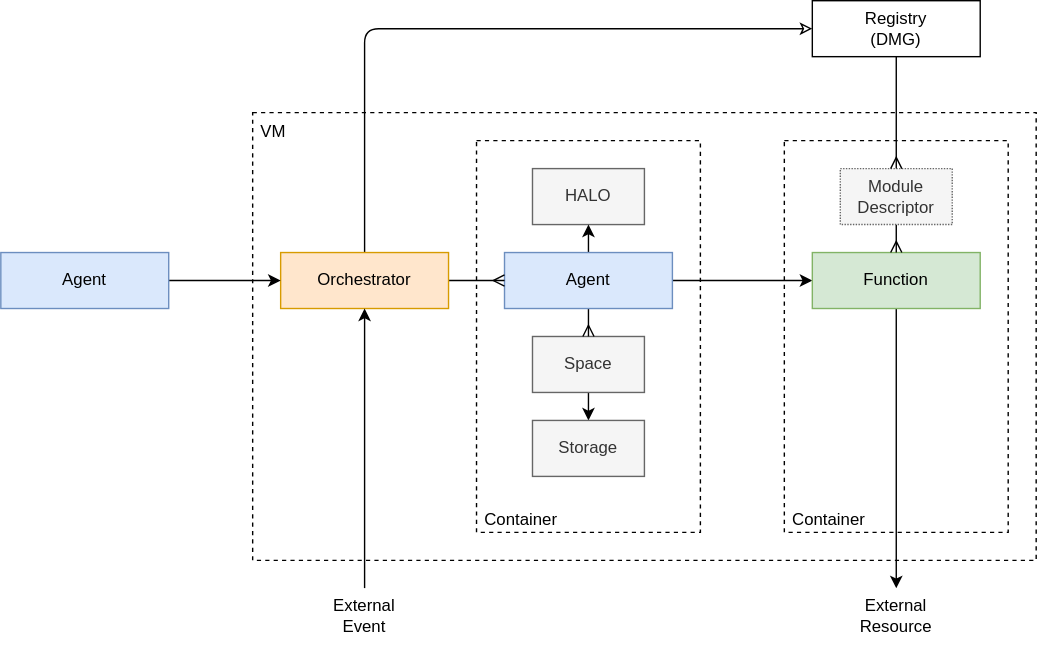
This is docs/docs/design/diagrams/remote-functions.drawio.svg from dxos/dxos, a draw.io export, as it was before one commit. Source tidied: cells renumbered, new cells last; positions are measured from the earlier drawing's top-left corner, leaving out a move shared by most shapes. Its diagram source:
```xml
<mxGraphModel>
  <root>
    <mxCell id="0" />
    <mxCell id="1" parent="0" />
    <mxCell id="2" value="VM" style="rounded=0;whiteSpace=wrap;html=1;dashed=1;align=left;verticalAlign=top;spacingLeft=4;" parent="1" vertex="1">
      <mxGeometry x="180" y="80" width="560" height="320" as="geometry" />
    </mxCell>
    <mxCell id="3" value="Container" style="rounded=0;whiteSpace=wrap;html=1;dashed=1;align=left;verticalAlign=bottom;spacingLeft=4;" parent="1" vertex="1">
      <mxGeometry x="340" y="100" width="160" height="280" as="geometry" />
    </mxCell>
    <mxCell id="4" value="Container" style="rounded=0;whiteSpace=wrap;html=1;dashed=1;align=left;verticalAlign=bottom;spacingLeft=4;" parent="1" vertex="1">
      <mxGeometry x="560" y="100" width="160" height="280" as="geometry" />
    </mxCell>
    <mxCell id="5" value="HALO" style="rounded=0;whiteSpace=wrap;html=1;fillColor=#f5f5f5;fontColor=#333333;strokeColor=#666666;" parent="1" vertex="1">
      <mxGeometry x="380" y="120" width="80" height="40" as="geometry" />
    </mxCell>
    <mxCell id="6" style="edgeStyle=none;html=1;exitX=0.5;exitY=1;exitDx=0;exitDy=0;endArrow=classic;endFill=1;" parent="1" edge="1" source="7" target="26">
      <mxGeometry relative="1" as="geometry" />
    </mxCell>
    <mxCell id="7" value="Space" style="rounded=0;whiteSpace=wrap;html=1;fillColor=#f5f5f5;fontColor=#333333;strokeColor=#666666;" parent="1" vertex="1">
      <mxGeometry x="380" y="240" width="80" height="40" as="geometry" />
    </mxCell>
    <mxCell id="8" style="edgeStyle=none;html=1;exitX=0.5;exitY=0;exitDx=0;exitDy=0;entryX=0.5;entryY=1;entryDx=0;entryDy=0;" parent="1" edge="1" source="11" target="5">
      <mxGeometry relative="1" as="geometry" />
    </mxCell>
    <mxCell id="9" style="edgeStyle=none;html=1;exitX=0.5;exitY=1;exitDx=0;exitDy=0;entryX=0.5;entryY=0;entryDx=0;entryDy=0;endArrow=ERmany;endFill=0;" parent="1" edge="1" source="11" target="7">
      <mxGeometry relative="1" as="geometry" />
    </mxCell>
    <mxCell id="10" style="edgeStyle=none;html=1;exitX=1;exitY=0.5;exitDx=0;exitDy=0;entryX=0;entryY=0.5;entryDx=0;entryDy=0;endArrow=classic;endFill=1;" parent="1" edge="1" source="11" target="13">
      <mxGeometry relative="1" as="geometry" />
    </mxCell>
    <mxCell id="11" value="Agent" style="rounded=0;whiteSpace=wrap;html=1;fillColor=#dae8fc;strokeColor=#6c8ebf;" parent="1" vertex="1">
      <mxGeometry x="360" y="180" width="120" height="40" as="geometry" />
    </mxCell>
    <mxCell id="12" style="edgeStyle=none;html=1;exitX=0.5;exitY=1;exitDx=0;exitDy=0;endArrow=classic;endFill=1;" parent="1" edge="1" source="13" target="25">
      <mxGeometry relative="1" as="geometry" />
    </mxCell>
    <mxCell id="13" value="Function" style="rounded=0;whiteSpace=wrap;html=1;fillColor=#d5e8d4;strokeColor=#82b366;" parent="1" vertex="1">
      <mxGeometry x="580" y="180" width="120" height="40" as="geometry" />
    </mxCell>
    <mxCell id="14" style="edgeStyle=none;html=1;exitX=1;exitY=0.5;exitDx=0;exitDy=0;entryX=0;entryY=0.5;entryDx=0;entryDy=0;endArrow=ERmany;endFill=0;" parent="1" edge="1" source="16" target="11">
      <mxGeometry relative="1" as="geometry" />
    </mxCell>
    <mxCell id="15" style="edgeStyle=none;html=1;exitX=0.5;exitY=0;exitDx=0;exitDy=0;entryX=0;entryY=0.5;entryDx=0;entryDy=0;endArrow=classic;endFill=0;" parent="1" edge="1" source="16" target="22">
      <mxGeometry relative="1" as="geometry">
        <Array as="points">
          <mxPoint x="260" y="20" />
        </Array>
      </mxGeometry>
    </mxCell>
    <mxCell id="16" value="Orchestrator" style="rounded=0;whiteSpace=wrap;html=1;fillColor=#ffe6cc;strokeColor=#d79b00;" parent="1" vertex="1">
      <mxGeometry x="200" y="180" width="120" height="40" as="geometry" />
    </mxCell>
    <mxCell id="17" style="edgeStyle=none;html=1;exitX=1;exitY=0.5;exitDx=0;exitDy=0;endArrow=classic;endFill=1;" parent="1" edge="1" source="18" target="16">
      <mxGeometry relative="1" as="geometry" />
    </mxCell>
    <mxCell id="18" value="Agent" style="rounded=0;whiteSpace=wrap;html=1;fillColor=#dae8fc;strokeColor=#6c8ebf;" parent="1" vertex="1">
      <mxGeometry y="180" width="120" height="40" as="geometry" />
    </mxCell>
    <mxCell id="19" style="edgeStyle=none;html=1;exitX=0.5;exitY=1;exitDx=0;exitDy=0;endArrow=ERmany;endFill=0;" parent="1" edge="1" source="20" target="13">
      <mxGeometry relative="1" as="geometry" />
    </mxCell>
    <mxCell id="20" value="Module&lt;br&gt;Descriptor" style="rounded=0;whiteSpace=wrap;html=1;fillColor=#f5f5f5;fontColor=#333333;strokeColor=#666666;dashed=1;dashPattern=1 1;" parent="1" vertex="1">
      <mxGeometry x="600" y="120" width="80" height="40" as="geometry" />
    </mxCell>
    <mxCell id="21" style="edgeStyle=none;html=1;exitX=0.5;exitY=1;exitDx=0;exitDy=0;entryX=0.5;entryY=0;entryDx=0;entryDy=0;endArrow=ERmany;endFill=0;" parent="1" edge="1" source="22" target="20">
      <mxGeometry relative="1" as="geometry" />
    </mxCell>
    <mxCell id="22" value="Registry&lt;br&gt;(DMG)" style="rounded=0;whiteSpace=wrap;html=1;" parent="1" vertex="1">
      <mxGeometry x="580" width="120" height="40" as="geometry" />
    </mxCell>
    <mxCell id="23" style="edgeStyle=none;html=1;exitX=0.5;exitY=0;exitDx=0;exitDy=0;entryX=0.5;entryY=1;entryDx=0;entryDy=0;endArrow=classic;endFill=1;" parent="1" edge="1" source="24" target="16">
      <mxGeometry relative="1" as="geometry" />
    </mxCell>
    <mxCell id="24" value="External&lt;br&gt;Event" style="rounded=0;whiteSpace=wrap;html=1;strokeColor=none;" parent="1" vertex="1">
      <mxGeometry x="200" y="420" width="120" height="40" as="geometry" />
    </mxCell>
    <mxCell id="25" value="External&lt;br&gt;Resource" style="rounded=0;whiteSpace=wrap;html=1;strokeColor=none;" parent="1" vertex="1">
      <mxGeometry x="580" y="420" width="120" height="40" as="geometry" />
    </mxCell>
    <mxCell id="26" value="Storage" style="rounded=0;whiteSpace=wrap;html=1;fillColor=#f5f5f5;fontColor=#333333;strokeColor=#666666;" parent="1" vertex="1">
      <mxGeometry x="380" y="300" width="80" height="40" as="geometry" />
    </mxCell>
  </root>
</mxGraphModel>
```
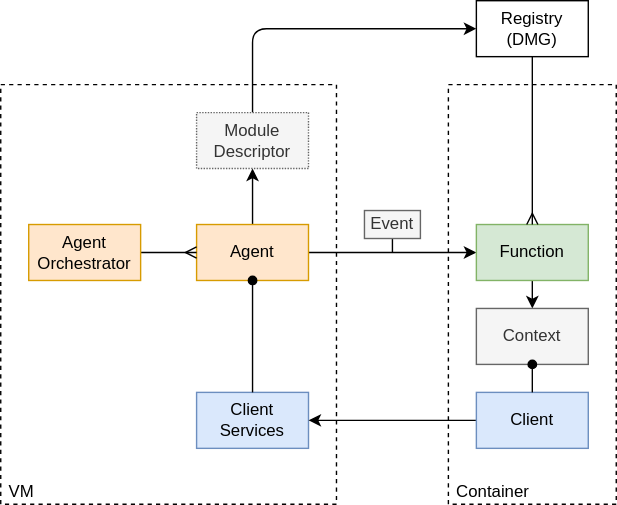
Later version of the same file.

The edit, as a diff of the source:
```diff
@@ -2,84 +2,74 @@
   <root>
     <mxCell id="0" />
     <mxCell id="1" parent="0" />
-    <mxCell id="2" value="VM" style="rounded=0;whiteSpace=wrap;html=1;dashed=1;align=left;verticalAlign=top;spacingLeft=4;" parent="1" vertex="1">
-      <mxGeometry x="180" y="80" width="560" height="320" as="geometry" />
+    <mxCell id="2" value="VM" style="rounded=0;whiteSpace=wrap;html=1;dashed=1;align=left;verticalAlign=bottom;spacingLeft=4;fillColor=default;" parent="1" vertex="1">
+      <mxGeometry x="140" y="40" width="240" height="300" as="geometry" />
     </mxCell>
-    <mxCell id="3" value="Container" style="rounded=0;whiteSpace=wrap;html=1;dashed=1;align=left;verticalAlign=bottom;spacingLeft=4;" parent="1" vertex="1">
-      <mxGeometry x="340" y="100" width="160" height="280" as="geometry" />
-    </mxCell>
     <mxCell id="4" value="Container" style="rounded=0;whiteSpace=wrap;html=1;dashed=1;align=left;verticalAlign=bottom;spacingLeft=4;" parent="1" vertex="1">
-      <mxGeometry x="560" y="100" width="160" height="280" as="geometry" />
+      <mxGeometry x="460" y="40" width="120" height="300" as="geometry" />
     </mxCell>
-    <mxCell id="5" value="HALO" style="rounded=0;whiteSpace=wrap;html=1;fillColor=#f5f5f5;fontColor=#333333;strokeColor=#666666;" parent="1" vertex="1">
-      <mxGeometry x="380" y="120" width="80" height="40" as="geometry" />
-    </mxCell>
-    <mxCell id="6" style="edgeStyle=none;html=1;exitX=0.5;exitY=1;exitDx=0;exitDy=0;endArrow=classic;endFill=1;" parent="1" edge="1" source="7" target="26">
-      <mxGeometry relative="1" as="geometry" />
-    </mxCell>
-    <mxCell id="7" value="Space" style="rounded=0;whiteSpace=wrap;html=1;fillColor=#f5f5f5;fontColor=#333333;strokeColor=#666666;" parent="1" vertex="1">
-      <mxGeometry x="380" y="240" width="80" height="40" as="geometry" />
-    </mxCell>
-    <mxCell id="8" style="edgeStyle=none;html=1;exitX=0.5;exitY=0;exitDx=0;exitDy=0;entryX=0.5;entryY=1;entryDx=0;entryDy=0;" parent="1" edge="1" source="11" target="5">
-      <mxGeometry relative="1" as="geometry" />
-    </mxCell>
-    <mxCell id="9" style="edgeStyle=none;html=1;exitX=0.5;exitY=1;exitDx=0;exitDy=0;entryX=0.5;entryY=0;entryDx=0;entryDy=0;endArrow=ERmany;endFill=0;" parent="1" edge="1" source="11" target="7">
-      <mxGeometry relative="1" as="geometry" />
-    </mxCell>
-    <mxCell id="10" style="edgeStyle=none;html=1;exitX=1;exitY=0.5;exitDx=0;exitDy=0;entryX=0;entryY=0.5;entryDx=0;entryDy=0;endArrow=classic;endFill=1;" parent="1" edge="1" source="11" target="13">
+    <mxCell id="10" style="edgeStyle=none;html=1;entryX=0;entryY=0.5;entryDx=0;entryDy=0;endArrow=classic;endFill=1;" parent="1" edge="1" source="11" target="13">
       <mxGeometry relative="1" as="geometry" />
     </mxCell>
+    <mxCell id="27" style="edgeStyle=none;html=1;exitX=0.5;exitY=0;exitDx=0;exitDy=0;startArrow=none;startFill=0;endArrow=classic;endFill=1;" parent="1" edge="1" source="11" target="20">
+      <mxGeometry relative="1" as="geometry" />
+    </mxCell>
-    <mxCell id="11" value="Agent" style="rounded=0;whiteSpace=wrap;html=1;fillColor=#dae8fc;strokeColor=#6c8ebf;" parent="1" vertex="1">
-      <mxGeometry x="360" y="180" width="120" height="40" as="geometry" />
+    <mxCell id="11" value="Agent" style="rounded=0;whiteSpace=wrap;html=1;fillColor=#ffe6cc;strokeColor=#d79b00;" parent="1" vertex="1">
+      <mxGeometry x="280" y="140" width="80" height="40" as="geometry" />
     </mxCell>
-    <mxCell id="12" style="edgeStyle=none;html=1;exitX=0.5;exitY=1;exitDx=0;exitDy=0;endArrow=classic;endFill=1;" parent="1" edge="1" source="13" target="25">
-      <mxGeometry relative="1" as="geometry" />
-    </mxCell>
+    <mxCell id="28" style="edgeStyle=none;html=1;exitX=0.5;exitY=1;exitDx=0;exitDy=0;" parent="1" edge="1" source="13" target="30">
+      <mxGeometry relative="1" as="geometry" />
+    </mxCell>
     <mxCell id="13" value="Function" style="rounded=0;whiteSpace=wrap;html=1;fillColor=#d5e8d4;strokeColor=#82b366;" parent="1" vertex="1">
-      <mxGeometry x="580" y="180" width="120" height="40" as="geometry" />
+      <mxGeometry x="480" y="140" width="80" height="40" as="geometry" />
     </mxCell>
     <mxCell id="14" style="edgeStyle=none;html=1;exitX=1;exitY=0.5;exitDx=0;exitDy=0;entryX=0;entryY=0.5;entryDx=0;entryDy=0;endArrow=ERmany;endFill=0;" parent="1" edge="1" source="16" target="11">
       <mxGeometry relative="1" as="geometry" />
     </mxCell>
-    <mxCell id="15" style="edgeStyle=none;html=1;exitX=0.5;exitY=0;exitDx=0;exitDy=0;entryX=0;entryY=0.5;entryDx=0;entryDy=0;endArrow=classic;endFill=0;" parent="1" edge="1" source="16" target="22">
-      <mxGeometry relative="1" as="geometry">
-        <Array as="points">
-          <mxPoint x="260" y="20" />
-        </Array>
-      </mxGeometry>
-    </mxCell>
-    <mxCell id="16" value="Orchestrator" style="rounded=0;whiteSpace=wrap;html=1;fillColor=#ffe6cc;strokeColor=#d79b00;" parent="1" vertex="1">
-      <mxGeometry x="200" y="180" width="120" height="40" as="geometry" />
+    <mxCell id="16" value="Agent&lt;br&gt;Orchestrator" style="rounded=0;whiteSpace=wrap;html=1;fillColor=#ffe6cc;strokeColor=#d79b00;" parent="1" vertex="1">
+      <mxGeometry x="160" y="140" width="80" height="40" as="geometry" />
     </mxCell>
-    <mxCell id="17" style="edgeStyle=none;html=1;exitX=1;exitY=0.5;exitDx=0;exitDy=0;endArrow=classic;endFill=1;" parent="1" edge="1" source="18" target="16">
-      <mxGeometry relative="1" as="geometry" />
-    </mxCell>
-    <mxCell id="18" value="Agent" style="rounded=0;whiteSpace=wrap;html=1;fillColor=#dae8fc;strokeColor=#6c8ebf;" parent="1" vertex="1">
-      <mxGeometry y="180" width="120" height="40" as="geometry" />
-    </mxCell>
-    <mxCell id="19" style="edgeStyle=none;html=1;exitX=0.5;exitY=1;exitDx=0;exitDy=0;endArrow=ERmany;endFill=0;" parent="1" edge="1" source="20" target="13">
-      <mxGeometry relative="1" as="geometry" />
-    </mxCell>
+    <mxCell id="29" style="edgeStyle=none;html=1;exitX=0.5;exitY=0;exitDx=0;exitDy=0;entryX=0;entryY=0.5;entryDx=0;entryDy=0;endArrow=classic;endFill=1;" parent="1" edge="1" source="20" target="22">
+      <mxGeometry relative="1" as="geometry">
+        <Array as="points">
+          <mxPoint x="320" />
+        </Array>
+      </mxGeometry>
+    </mxCell>
     <mxCell id="20" value="Module&lt;br&gt;Descriptor" style="rounded=0;whiteSpace=wrap;html=1;fillColor=#f5f5f5;fontColor=#333333;strokeColor=#666666;dashed=1;dashPattern=1 1;" parent="1" vertex="1">
-      <mxGeometry x="600" y="120" width="80" height="40" as="geometry" />
+      <mxGeometry x="280" y="60" width="80" height="40" as="geometry" />
     </mxCell>
-    <mxCell id="21" style="edgeStyle=none;html=1;exitX=0.5;exitY=1;exitDx=0;exitDy=0;entryX=0.5;entryY=0;entryDx=0;entryDy=0;endArrow=ERmany;endFill=0;" parent="1" edge="1" source="22" target="20">
+    <mxCell id="21" style="edgeStyle=none;html=1;exitX=0.5;exitY=1;exitDx=0;exitDy=0;entryX=0.5;entryY=0;entryDx=0;entryDy=0;endArrow=ERmany;endFill=0;" parent="1" edge="1" source="22" target="13">
       <mxGeometry relative="1" as="geometry" />
     </mxCell>
     <mxCell id="22" value="Registry&lt;br&gt;(DMG)" style="rounded=0;whiteSpace=wrap;html=1;" parent="1" vertex="1">
-      <mxGeometry x="580" width="120" height="40" as="geometry" />
+      <mxGeometry x="480" y="-20" width="80" height="40" as="geometry" />
     </mxCell>
-    <mxCell id="23" style="edgeStyle=none;html=1;exitX=0.5;exitY=0;exitDx=0;exitDy=0;entryX=0.5;entryY=1;entryDx=0;entryDy=0;endArrow=classic;endFill=1;" parent="1" edge="1" source="24" target="16">
-      <mxGeometry relative="1" as="geometry" />
-    </mxCell>
-    <mxCell id="24" value="External&lt;br&gt;Event" style="rounded=0;whiteSpace=wrap;html=1;strokeColor=none;" parent="1" vertex="1">
-      <mxGeometry x="200" y="420" width="120" height="40" as="geometry" />
-    </mxCell>
-    <mxCell id="25" value="External&lt;br&gt;Resource" style="rounded=0;whiteSpace=wrap;html=1;strokeColor=none;" parent="1" vertex="1">
-      <mxGeometry x="580" y="420" width="120" height="40" as="geometry" />
-    </mxCell>
-    <mxCell id="26" value="Storage" style="rounded=0;whiteSpace=wrap;html=1;fillColor=#f5f5f5;fontColor=#333333;strokeColor=#666666;" parent="1" vertex="1">
-      <mxGeometry x="380" y="300" width="80" height="40" as="geometry" />
+    <mxCell id="26" value="Client&lt;br&gt;Services" style="rounded=0;whiteSpace=wrap;html=1;fillColor=#dae8fc;strokeColor=#6c8ebf;" parent="1" vertex="1">
+      <mxGeometry x="280" y="260" width="80" height="40" as="geometry" />
     </mxCell>
+    <mxCell id="30" value="Context" style="rounded=0;whiteSpace=wrap;html=1;fillColor=#f5f5f5;fontColor=#333333;strokeColor=#666666;" parent="1" vertex="1">
+      <mxGeometry x="480" y="200" width="80" height="40" as="geometry" />
+    </mxCell>
+    <mxCell id="31" style="edgeStyle=none;html=1;exitX=0;exitY=0.5;exitDx=0;exitDy=0;startArrow=none;startFill=0;endArrow=classic;endFill=1;" parent="1" edge="1" source="32" target="26">
+      <mxGeometry relative="1" as="geometry" />
+    </mxCell>
+    <mxCell id="32" value="Client" style="rounded=0;whiteSpace=wrap;html=1;fillColor=#dae8fc;strokeColor=#6c8ebf;" parent="1" vertex="1">
+      <mxGeometry x="480" y="260" width="80" height="40" as="geometry" />
+    </mxCell>
+    <mxCell id="33" style="edgeStyle=none;html=1;exitX=0.5;exitY=1;exitDx=0;exitDy=0;startArrow=oval;startFill=1;endArrow=none;endFill=0;" parent="1" edge="1" source="30" target="32">
+      <mxGeometry relative="1" as="geometry" />
+    </mxCell>
+    <mxCell id="34" style="edgeStyle=none;html=1;exitX=0.5;exitY=1;exitDx=0;exitDy=0;startArrow=oval;startFill=1;endArrow=none;endFill=0;" parent="1" edge="1" source="11" target="26">
+      <mxGeometry relative="1" as="geometry" />
+    </mxCell>
+    <mxCell id="35" style="edgeStyle=none;html=1;exitX=0.5;exitY=1;exitDx=0;exitDy=0;endArrow=none;endFill=0;" parent="1" edge="1" source="36">
+      <mxGeometry relative="1" as="geometry">
+        <mxPoint x="420" y="160" as="targetPoint" />
+      </mxGeometry>
+    </mxCell>
+    <mxCell id="36" value="Event" style="rounded=0;whiteSpace=wrap;html=1;fillColor=#f5f5f5;fontColor=#333333;strokeColor=#666666;" parent="1" vertex="1">
+      <mxGeometry x="400" y="130" width="40" height="20" as="geometry" />
+    </mxCell>
   </root>
 </mxGraphModel>
```
